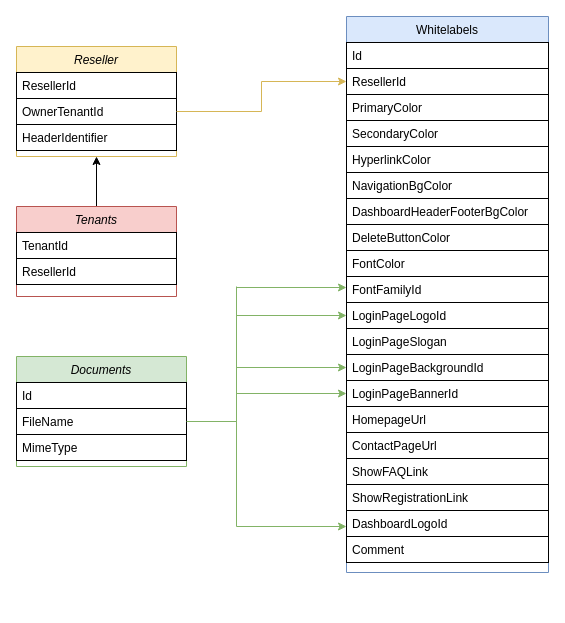
This is Unbenanntes Diagramm.drawio from sahar2550/.Net, a draw.io file, before an edit. Source tidied: cells renumbered, new cells numbered last; positions are measured from the earlier drawing's top-left corner, leaving out a move shared by most shapes. Both pictures are drawn from the tidied source at 100%, with x=0, y=0 at pixel (16, 16).
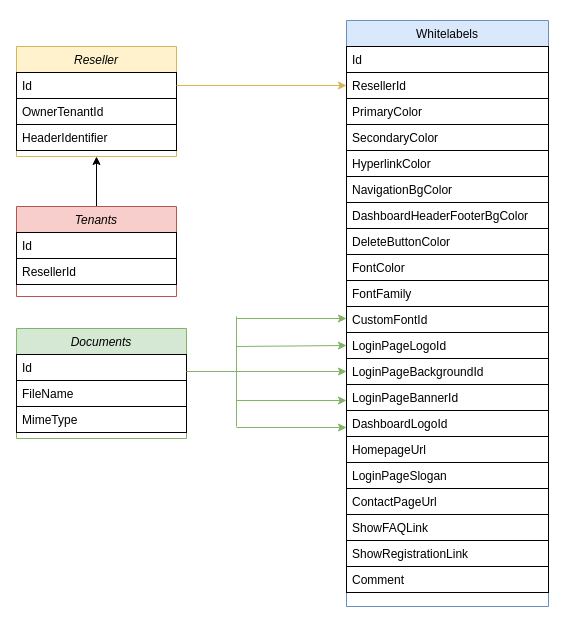
The same diagram, later.

The change refers to these unchanged cells:
```xml
<mxCell id="2" value="Reseller" style="swimlane;fontStyle=2;align=center;verticalAlign=top;horizontal=1;startSize=26;rounded=0;shadow=0;strokeWidth=1;fillColor=#fff2cc;strokeColor=#d6b656;" parent="1" vertex="1">
  <mxGeometry y="30" width="160" height="110" as="geometry" />
</mxCell>
<mxCell id="4" value="OwnerTenantId" style="text;align=left;verticalAlign=top;spacingLeft=4;spacingRight=4;overflow=hidden;points=[[0,0.5],[1,0.5]];portConstraint=eastwest;rounded=0;shadow=0;html=0;strokeColor=default;" parent="2" vertex="1">
  <mxGeometry y="52" width="160" height="26" as="geometry" />
</mxCell>
<mxCell id="8" value="ResellerId" style="text;align=left;verticalAlign=top;spacingLeft=4;spacingRight=4;overflow=hidden;points=[[0,0.5],[1,0.5]];portConstraint=eastwest;rounded=0;shadow=0;html=0;strokeColor=default;" parent="6" vertex="1">
  <mxGeometry y="52" width="202" height="26" as="geometry" />
</mxCell>
<mxCell id="19" value="LoginPageBackgroundId" style="text;align=left;verticalAlign=top;spacingLeft=4;spacingRight=4;overflow=hidden;points=[[0,0.5],[1,0.5]];portConstraint=eastwest;rounded=0;shadow=0;html=0;strokeColor=default;" parent="6" vertex="1">
  <mxGeometry y="338" width="202" height="26" as="geometry" />
</mxCell>
<mxCell id="20" value="LoginPageBannerId" style="text;align=left;verticalAlign=top;spacingLeft=4;spacingRight=4;overflow=hidden;points=[[0,0.5],[1,0.5]];portConstraint=eastwest;rounded=0;shadow=0;html=0;strokeColor=default;" parent="6" vertex="1">
  <mxGeometry y="364" width="202" height="26" as="geometry" />
</mxCell>
<mxCell id="28" value="Tenants" style="swimlane;fontStyle=2;align=center;verticalAlign=top;horizontal=1;startSize=26;rounded=0;shadow=0;strokeWidth=1;fillColor=#f8cecc;strokeColor=#b85450;" parent="1" vertex="1">
  <mxGeometry y="190" width="160" height="90" as="geometry" />
</mxCell>
<mxCell id="33" value="FileName" style="text;align=left;verticalAlign=top;spacingLeft=4;spacingRight=4;overflow=hidden;points=[[0,0.5],[1,0.5]];portConstraint=eastwest;rounded=0;shadow=0;html=0;strokeColor=default;" parent="31" vertex="1">
  <mxGeometry y="52" width="170" height="26" as="geometry" />
</mxCell>
```

The edit, as a diff of the source:
```diff
@@
-    <mxCell id="3" value="ResellerId" style="text;align=left;verticalAlign=top;spacingLeft=4;spacingRight=4;overflow=hidden;points=[[0,0.5],[1,0.5]];portConstraint=eastwest;strokeColor=default;" parent="2" vertex="1">
+    <mxCell id="3" value="Id" style="text;align=left;verticalAlign=top;spacingLeft=4;spacingRight=4;overflow=hidden;points=[[0,0.5],[1,0.5]];portConstraint=eastwest;strokeColor=default;" parent="2" vertex="1">
       <mxGeometry y="26" width="160" height="26" as="geometry" />
     </mxCell>
@@
     <mxCell id="6" value="Whitelabels" style="swimlane;fontStyle=0;align=center;verticalAlign=top;horizontal=1;startSize=26;rounded=0;shadow=0;strokeWidth=1;fillColor=#dae8fc;strokeColor=#6c8ebf;" parent="1" vertex="1">
-      <mxGeometry x="330" width="202" height="556" as="geometry" />
+      <mxGeometry x="330" y="4" width="202" height="586" as="geometry" />
     </mxCell>
@@
-    <mxCell id="16" value="FontFamilyId" style="text;align=left;verticalAlign=top;spacingLeft=4;spacingRight=4;overflow=hidden;rounded=0;shadow=0;html=0;strokeColor=default;" parent="6" vertex="1">
+    <mxCell id="16" value="FontFamily" style="text;align=left;verticalAlign=top;spacingLeft=4;spacingRight=4;overflow=hidden;rounded=0;shadow=0;html=0;strokeColor=default;" parent="6" vertex="1">
       <mxGeometry y="260" width="202" height="26" as="geometry" />
     </mxCell>
+    <mxCell id="43" value="CustomFontId" style="text;align=left;verticalAlign=top;spacingLeft=4;spacingRight=4;overflow=hidden;rounded=0;shadow=0;html=0;strokeColor=default;" parent="6" vertex="1">
+      <mxGeometry y="286" width="202" height="26" as="geometry" />
+    </mxCell>
     <mxCell id="17" value="LoginPageLogoId" style="text;align=left;verticalAlign=top;spacingLeft=4;spacingRight=4;overflow=hidden;points=[[0,0.5],[1,0.5]];portConstraint=eastwest;rounded=0;shadow=0;html=0;strokeColor=default;" parent="6" vertex="1">
-      <mxGeometry y="286" width="202" height="26" as="geometry" />
+      <mxGeometry y="312" width="202" height="26" as="geometry" />
     </mxCell>
-    <mxCell id="18" value="LoginPageSlogan" style="text;align=left;verticalAlign=top;spacingLeft=4;spacingRight=4;overflow=hidden;rounded=0;shadow=0;html=0;strokeColor=default;" parent="6" vertex="1">
-      <mxGeometry y="312" width="202" height="26" as="geometry" />
-    </mxCell>
@@
+    <mxCell id="25" value="DashboardLogoId" style="text;align=left;verticalAlign=top;spacingLeft=4;spacingRight=4;overflow=hidden;rounded=0;shadow=0;html=0;strokeColor=default;" parent="6" vertex="1">
+      <mxGeometry y="390" width="202" height="26" as="geometry" />
+    </mxCell>
     <mxCell id="21" value="HomepageUrl" style="text;align=left;verticalAlign=top;spacingLeft=4;spacingRight=4;overflow=hidden;rounded=0;shadow=0;html=0;strokeColor=default;" parent="6" vertex="1">
-      <mxGeometry y="390" width="202" height="26" as="geometry" />
+      <mxGeometry y="416" width="202" height="26" as="geometry" />
     </mxCell>
+    <mxCell id="18" value="LoginPageSlogan" style="text;align=left;verticalAlign=top;spacingLeft=4;spacingRight=4;overflow=hidden;rounded=0;shadow=0;html=0;strokeColor=default;" parent="6" vertex="1">
+      <mxGeometry y="442" width="202" height="26" as="geometry" />
+    </mxCell>
     <mxCell id="22" value="ContactPageUrl" style="text;align=left;verticalAlign=top;spacingLeft=4;spacingRight=4;overflow=hidden;rounded=0;shadow=0;html=0;strokeColor=default;" parent="6" vertex="1">
-      <mxGeometry y="416" width="202" height="26" as="geometry" />
+      <mxGeometry y="468" width="202" height="26" as="geometry" />
     </mxCell>
     <mxCell id="23" value="ShowFAQLink" style="text;align=left;verticalAlign=top;spacingLeft=4;spacingRight=4;overflow=hidden;rounded=0;shadow=0;html=0;strokeColor=default;" parent="6" vertex="1">
-      <mxGeometry y="442" width="202" height="26" as="geometry" />
+      <mxGeometry y="494" width="202" height="26" as="geometry" />
     </mxCell>
     <mxCell id="24" value="ShowRegistrationLink" style="text;align=left;verticalAlign=top;spacingLeft=4;spacingRight=4;overflow=hidden;rounded=0;shadow=0;html=0;strokeColor=default;" parent="6" vertex="1">
-      <mxGeometry y="468" width="202" height="26" as="geometry" />
+      <mxGeometry y="520" width="202" height="26" as="geometry" />
     </mxCell>
-    <mxCell id="25" value="DashboardLogoId" style="text;align=left;verticalAlign=top;spacingLeft=4;spacingRight=4;overflow=hidden;rounded=0;shadow=0;html=0;strokeColor=default;" parent="6" vertex="1">
-      <mxGeometry y="494" width="202" height="26" as="geometry" />
-    </mxCell>
     <mxCell id="26" value="Comment" style="text;align=left;verticalAlign=top;spacingLeft=4;spacingRight=4;overflow=hidden;rounded=0;shadow=0;html=0;strokeColor=default;" parent="6" vertex="1">
-      <mxGeometry y="520" width="202" height="26" as="geometry" />
+      <mxGeometry y="546" width="202" height="26" as="geometry" />
     </mxCell>
@@
-    <mxCell id="29" value="TenantId" style="text;align=left;verticalAlign=top;spacingLeft=4;spacingRight=4;overflow=hidden;strokeColor=default;" parent="28" vertex="1">
+    <mxCell id="29" value="Id" style="text;align=left;verticalAlign=top;spacingLeft=4;spacingRight=4;overflow=hidden;strokeColor=default;" parent="28" vertex="1">
       <mxGeometry y="26" width="160" height="26" as="geometry" />
     </mxCell>
@@
     <mxCell id="31" value="Documents" style="swimlane;fontStyle=2;align=center;verticalAlign=top;horizontal=1;startSize=26;rounded=0;shadow=0;strokeWidth=1;fillColor=#d5e8d4;strokeColor=#82b366;" parent="1" vertex="1">
-      <mxGeometry y="340" width="170" height="110" as="geometry" />
+      <mxGeometry y="312" width="170" height="110" as="geometry" />
     </mxCell>
@@
-    <mxCell id="35" style="endArrow=none;html=1;rounded=0;exitX=1;exitY=0.5;exitDx=0;exitDy=0;fillColor=#d5e8d4;strokeColor=#82b366;" parent="1" edge="1" source="33">
+    <mxCell id="35" style="endArrow=none;html=1;rounded=0;exitX=1;exitY=0.5;exitDx=0;exitDy=0;fillColor=#d5e8d4;strokeColor=#82b366;" parent="1" edge="1">
       <mxGeometry relative="1" as="geometry">
-        <mxPoint x="220" y="405" as="targetPoint" />
+        <mxPoint x="170" y="355" as="sourcePoint" />
+        <mxPoint x="220" y="355" as="targetPoint" />
       </mxGeometry>
     </mxCell>
     <mxCell id="36" style="endArrow=none;html=1;rounded=0;fillColor=#d5e8d4;strokeColor=#82b366;" parent="1" edge="1">
       <mxGeometry relative="1" as="geometry">
-        <mxPoint x="220" y="270" as="sourcePoint" />
-        <mxPoint x="220" y="510" as="targetPoint" />
+        <mxPoint x="220" y="300" as="sourcePoint" />
+        <mxPoint x="220" y="410" as="targetPoint" />
       </mxGeometry>
     </mxCell>
     <mxCell id="37" style="endArrow=classic;html=1;rounded=0;entryX=0;entryY=0.5;entryDx=0;entryDy=0;entryPerimeter=0;fillColor=#d5e8d4;strokeColor=#82b366;" parent="1" edge="1">
       <mxGeometry relative="1" as="geometry">
-        <mxPoint x="220" y="271" as="sourcePoint" />
-        <mxPoint x="330" y="271" as="targetPoint" />
+        <mxPoint x="220" y="302" as="sourcePoint" />
+        <mxPoint x="330" y="302" as="targetPoint" />
       </mxGeometry>
     </mxCell>
     <mxCell id="38" style="endArrow=classic;html=1;rounded=0;entryX=0;entryY=0.5;entryDx=0;entryDy=0;fillColor=#d5e8d4;strokeColor=#82b366;" parent="1" edge="1" target="17">
       <mxGeometry relative="1" as="geometry">
-        <mxPoint x="220" y="299" as="sourcePoint" />
+        <mxPoint x="220" y="330" as="sourcePoint" />
       </mxGeometry>
     </mxCell>
     <mxCell id="39" style="endArrow=classic;html=1;rounded=0;entryX=0;entryY=0.5;entryDx=0;entryDy=0;fillColor=#d5e8d4;strokeColor=#82b366;" parent="1" edge="1" target="19">
       <mxGeometry relative="1" as="geometry">
-        <mxPoint x="220" y="351" as="sourcePoint" />
+        <mxPoint x="220" y="355" as="sourcePoint" />
       </mxGeometry>
     </mxCell>
-    <mxCell id="40" style="endArrow=classic;html=1;rounded=0;entryX=0;entryY=0.5;entryDx=0;entryDy=0;fillColor=#d5e8d4;strokeColor=#82b366;" parent="1" edge="1" target="20">
+    <mxCell id="40" style="endArrow=classic;html=1;rounded=0;entryX=0;entryY=0.5;entryDx=0;entryDy=0;fillColor=#d5e8d4;strokeColor=#82b366;" parent="1" edge="1">
       <mxGeometry relative="1" as="geometry">
-        <mxPoint x="220" y="377" as="sourcePoint" />
+        <mxPoint x="220" y="384" as="sourcePoint" />
+        <mxPoint x="330" y="384" as="targetPoint" />
       </mxGeometry>
     </mxCell>
     <mxCell id="41" style="endArrow=classic;html=1;rounded=0;fillColor=#d5e8d4;strokeColor=#82b366;" parent="1" edge="1">
       <mxGeometry relative="1" as="geometry">
-        <mxPoint x="220" y="510" as="sourcePoint" />
-        <mxPoint x="330" y="510" as="targetPoint" />
+        <mxPoint x="220" y="411" as="sourcePoint" />
+        <mxPoint x="330" y="411" as="targetPoint" />
       </mxGeometry>
     </mxCell>
-    <mxCell id="42" style="edgeStyle=orthogonalEdgeStyle;rounded=0;jettySize=auto;html=1;exitX=1;exitY=0.5;exitDx=0;exitDy=0;entryX=0;entryY=0.5;entryDx=0;entryDy=0;fillColor=#fff2cc;strokeColor=#d6b656;" parent="1" edge="1" source="4" target="8">
-      <mxGeometry relative="1" as="geometry" />
-    </mxCell>
+    <mxCell id="44" style="edgeStyle=orthogonalEdgeStyle;rounded=0;jettySize=auto;html=1;exitX=1;exitY=0.5;exitDx=0;exitDy=0;fillColor=#fff2cc;strokeColor=#d6b656;" parent="1" edge="1" source="3" target="8">
+      <mxGeometry relative="1" as="geometry" />
+    </mxCell>
```
